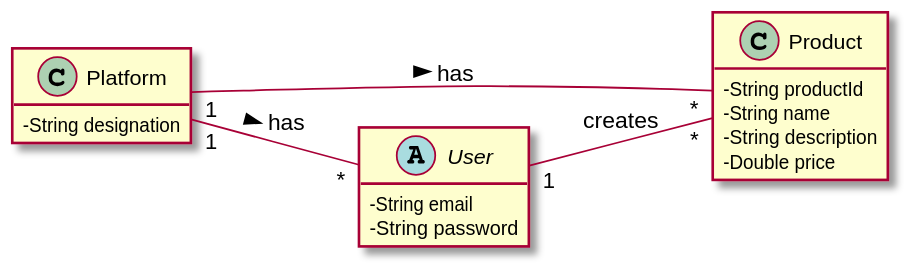
Earlier version of the PlantUML export docs/Iteration 1/Product Management/US70_RegisterProduct/US70_DM.svg (tiagoavcosta25/LAPR3).
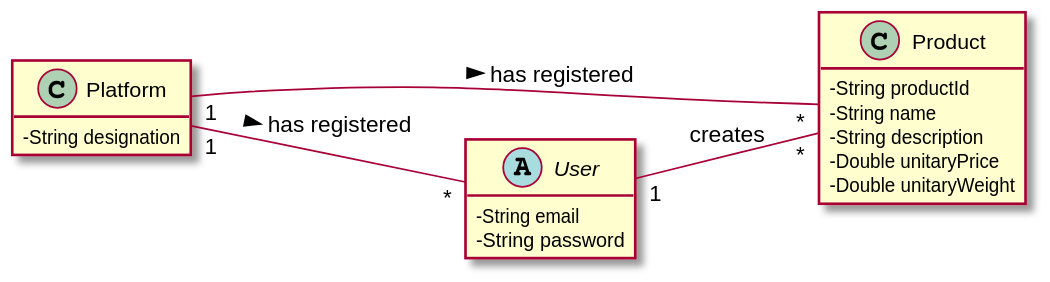
Above is the later version.

Commit message:
LAPR2AP2-70 #close Product Registration [Code]

Change to the diagram source:
```diff
@@ -11,7 +11,8 @@
     -String productId
     -String name
     -String description
-    -Double price
+    -Double unitaryPrice
+    -Double unitaryWeight
 }
 
 abstract class User{
@@ -20,7 +21,7 @@
 }
 
 User "1" -- "*" Product : creates
-Platform "1" -- "*" Product : has >
-Platform "1" -- "*" User : has >
+Platform "1" -- "*" Product : has registered >
+Platform "1" -- "*" User : has registered >
 
 @enduml
```
